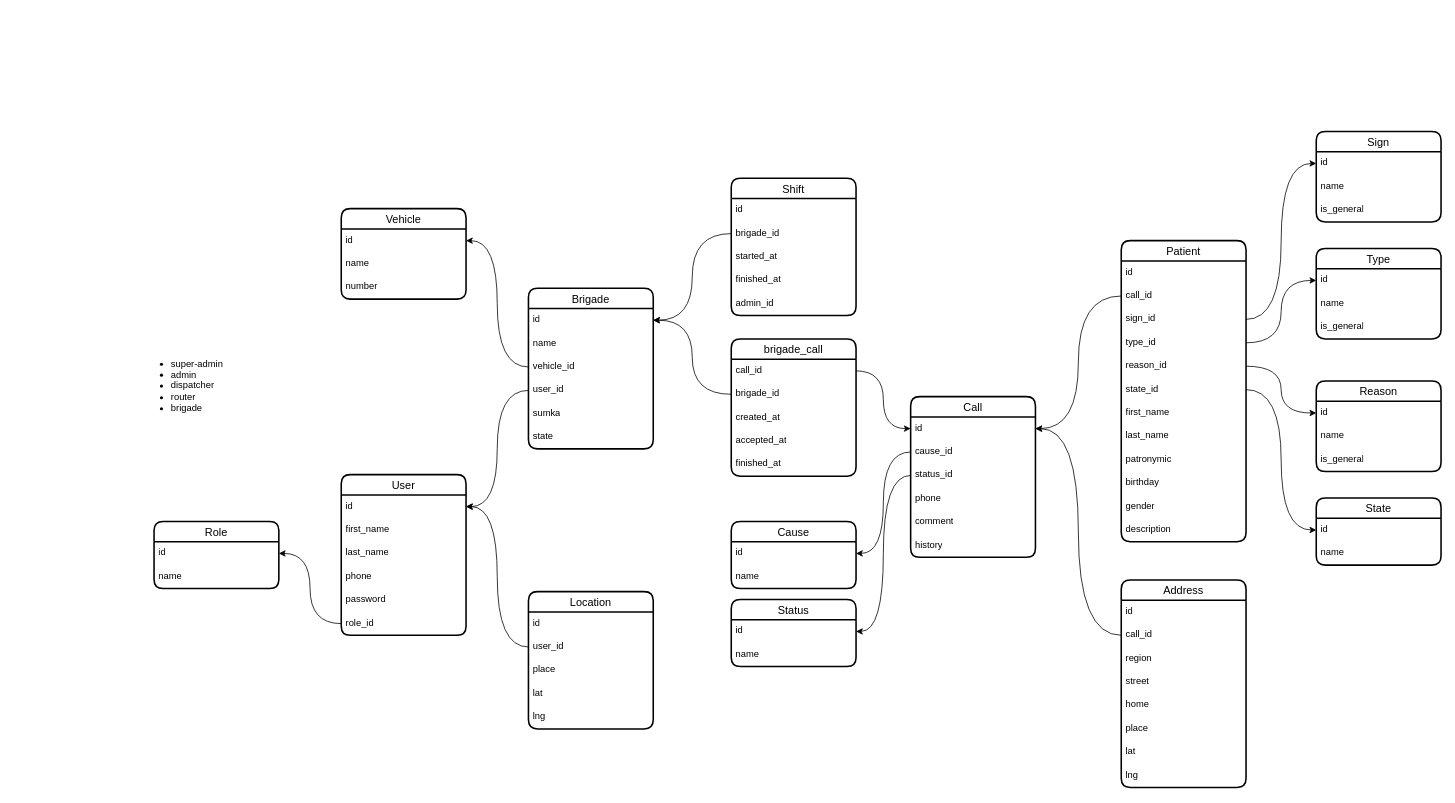
The draw.io diagram karsoft-103.drawio in iztileuoff/databases, before the edit. Source tidied: cells renumbered, new cells numbered last; positions are measured from the earlier drawing's top-left corner, leaving out a move shared by most shapes. Both pictures are drawn from the tidied source at 78%, with x=0, y=0 at pixel (138, 131).
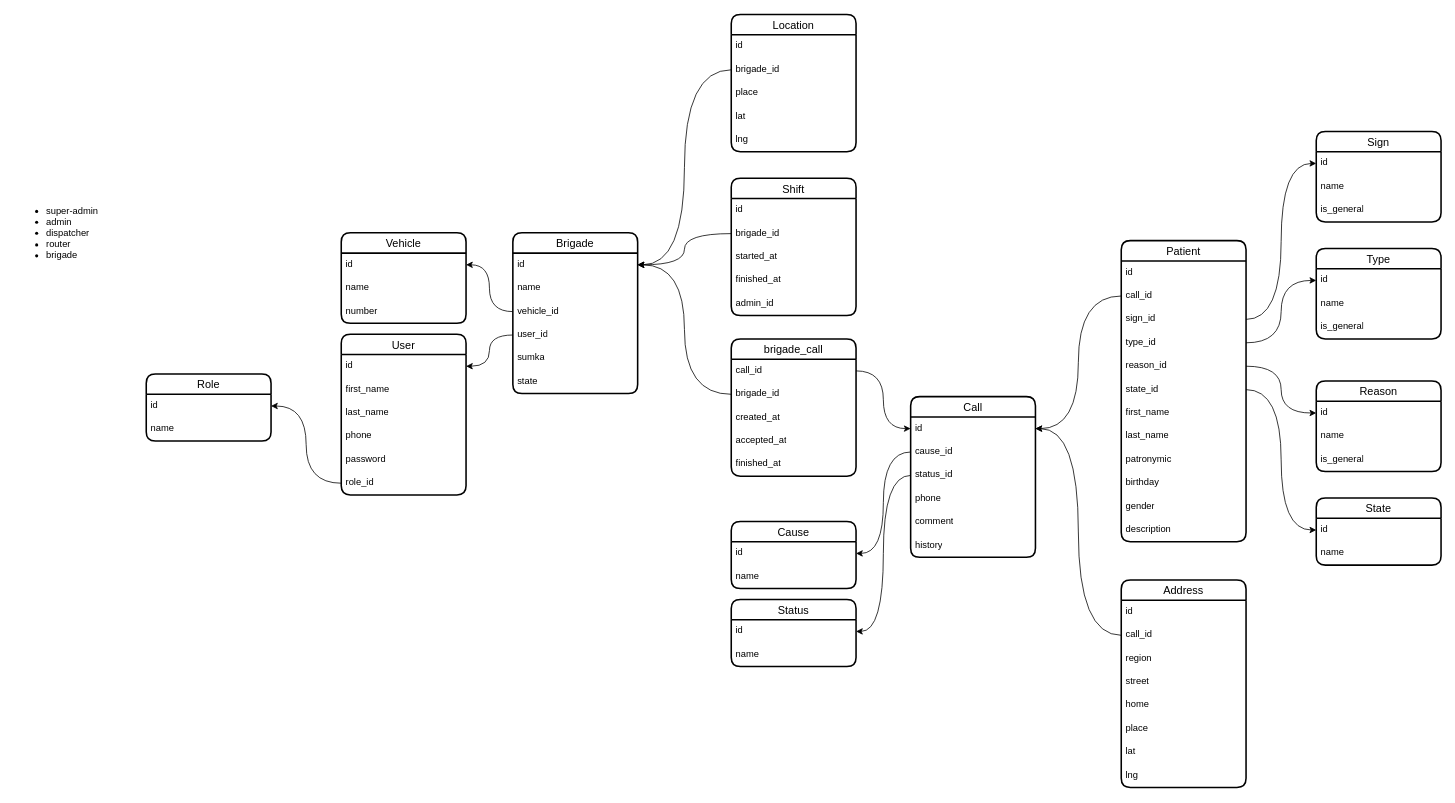
The same page after the edit.

Unchanged cells that the change refers to:
```xml
<mxCell id="3" value="id" style="text;strokeColor=none;fillColor=none;spacingLeft=4;spacingRight=4;overflow=hidden;points=[[0,0.5],[1,0.5]];portConstraint=eastwest;fontSize=12;whiteSpace=wrap;html=1;" parent="2" vertex="1">
  <mxGeometry y="26" width="160" height="30" as="geometry" />
</mxCell>
<mxCell id="80" value="id" style="text;strokeColor=none;fillColor=none;spacingLeft=4;spacingRight=4;overflow=hidden;points=[[0,0.5],[1,0.5]];portConstraint=eastwest;fontSize=12;whiteSpace=wrap;html=1;" parent="79" vertex="1">
  <mxGeometry y="26" width="160" height="30" as="geometry" />
</mxCell>
```

What changed in the source:
```diff
@@
     <mxCell id="2" value="User" style="swimlane;fontStyle=0;horizontal=1;startSize=26;align=center;fontSize=14;strokeWidth=2;rounded=1;shadow=0;glass=0;swimlaneLine=1;" parent="1" vertex="1">
-      <mxGeometry x="260" y="440" width="160" height="206" as="geometry" />
+      <mxGeometry x="260" y="260" width="160" height="206" as="geometry" />
     </mxCell>
@@
     <mxCell id="9" value="Role" style="swimlane;fontStyle=0;horizontal=1;startSize=26;align=center;fontSize=14;strokeWidth=2;rounded=1;shadow=0;glass=0;swimlaneLine=1;" parent="1" vertex="1">
-      <mxGeometry x="20" y="500" width="160" height="86" as="geometry" />
+      <mxGeometry x="10" y="311" width="160" height="86" as="geometry" />
     </mxCell>
@@
     <mxCell id="62" value="&lt;ul&gt;&lt;li&gt;super-admin&lt;/li&gt;&lt;li&gt;admin&lt;/li&gt;&lt;li&gt;dispatcher&lt;/li&gt;&lt;li&gt;router&lt;/li&gt;&lt;li&gt;brigade&lt;/li&gt;&lt;/ul&gt;" style="text;strokeColor=none;fillColor=none;html=1;whiteSpace=wrap;verticalAlign=middle;overflow=hidden;" parent="1" vertex="1">
-      <mxGeometry y="266" width="233" height="120" as="geometry" />
+      <mxGeometry x="-160" y="70" width="233" height="120" as="geometry" />
     </mxCell>
@@
     <mxCell id="79" value="Brigade" style="swimlane;fontStyle=0;horizontal=1;startSize=26;align=center;fontSize=14;strokeWidth=2;rounded=1;shadow=0;glass=0;swimlaneLine=1;" parent="1" vertex="1">
-      <mxGeometry x="500" y="201" width="160" height="206" as="geometry" />
+      <mxGeometry x="480" y="130" width="160" height="206" as="geometry" />
     </mxCell>
@@
     <mxCell id="86" value="Vehicle" style="swimlane;fontStyle=0;horizontal=1;startSize=26;align=center;fontSize=14;strokeWidth=2;rounded=1;shadow=0;glass=0;swimlaneLine=1;" parent="1" vertex="1">
-      <mxGeometry x="260" y="99" width="160" height="116" as="geometry" />
+      <mxGeometry x="260" y="130" width="160" height="116" as="geometry" />
     </mxCell>
@@
     <mxCell id="93" value="Location" style="swimlane;fontStyle=0;horizontal=1;startSize=26;align=center;fontSize=14;strokeWidth=2;rounded=1;shadow=0;glass=0;swimlaneLine=1;" parent="1" vertex="1">
-      <mxGeometry x="500" y="590" width="160" height="176" as="geometry" />
+      <mxGeometry x="760" y="-150" width="160" height="176" as="geometry" />
     </mxCell>
@@
-    <mxCell id="95" value="user_id" style="text;strokeColor=none;fillColor=none;spacingLeft=4;spacingRight=4;overflow=hidden;points=[[0,0.5],[1,0.5]];portConstraint=eastwest;fontSize=12;whiteSpace=wrap;html=1;" parent="93" vertex="1">
+    <mxCell id="95" value="brigade_id" style="text;strokeColor=none;fillColor=none;spacingLeft=4;spacingRight=4;overflow=hidden;points=[[0,0.5],[1,0.5]];portConstraint=eastwest;fontSize=12;whiteSpace=wrap;html=1;" parent="93" vertex="1">
       <mxGeometry y="56" width="160" height="30" as="geometry" />
     </mxCell>
@@
-    <mxCell id="99" style="edgeStyle=orthogonalEdgeStyle;rounded=0;jettySize=auto;html=1;entryX=1;entryY=0.5;entryDx=0;entryDy=0;curved=1;" parent="1" edge="1" source="95" target="3">
-      <mxGeometry relative="1" as="geometry" />
-    </mxCell>
@@
+    <mxCell id="107" style="edgeStyle=orthogonalEdgeStyle;rounded=0;jettySize=auto;html=1;entryX=1;entryY=0.5;entryDx=0;entryDy=0;curved=1;" parent="1" edge="1" source="95" target="80">
+      <mxGeometry relative="1" as="geometry" />
+    </mxCell>
```
